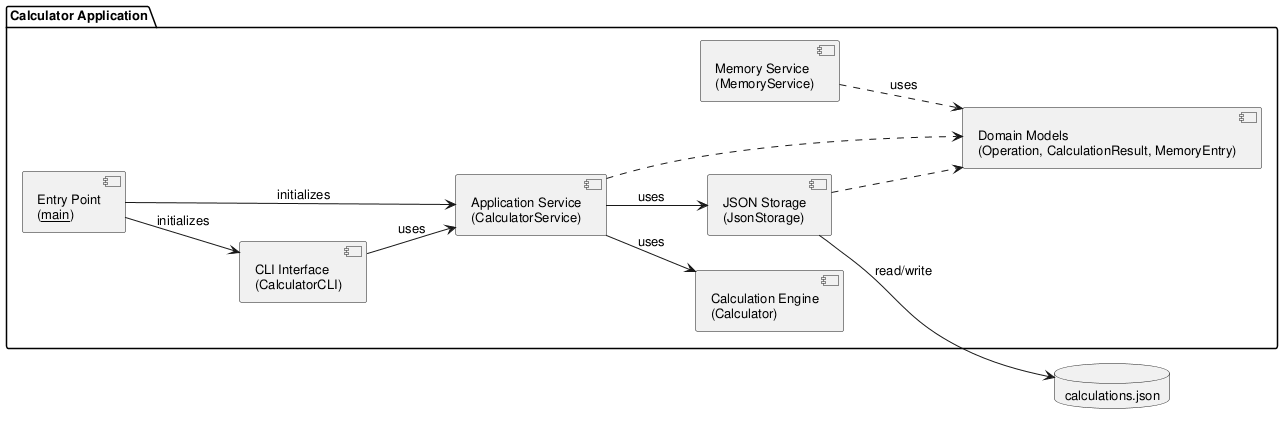
Before: experiments/pipeline/test_driven/calculator/artifacts/component_diagram.png, a diagram exported from PlantUML (DanielRiha8906/Software_autoevolution_using_agents).
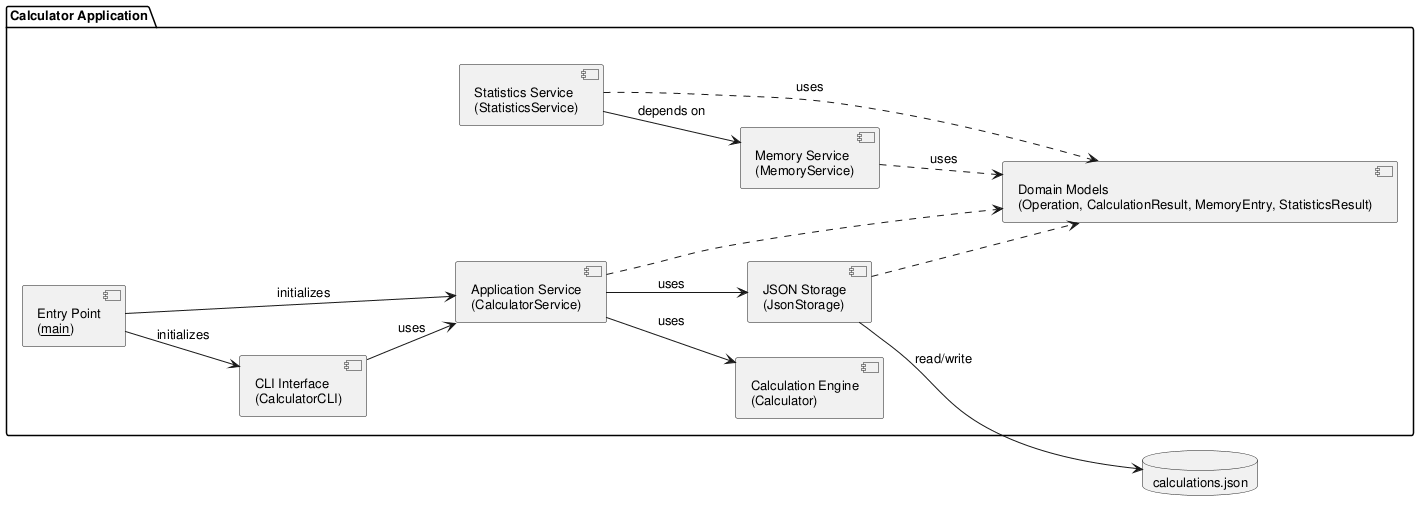
After the commit.

Diff of the diagram source:
```diff
@@ -10,9 +10,10 @@
     component "CLI Interface\n(CalculatorCLI)" as CLI
     component "Application Service\n(CalculatorService)" as Service
     component "Memory Service\n(MemoryService)" as Memory
+    component "Statistics Service\n(StatisticsService)" as Statistics
     component "Calculation Engine\n(Calculator)" as Calc
     component "JSON Storage\n(JsonStorage)" as Store
-    component "Domain Models\n(Operation, CalculationResult, MemoryEntry)" as Models
+    component "Domain Models\n(Operation, CalculationResult, MemoryEntry, StatisticsResult)" as Models
 
     Main --> CLI : initializes
     Main --> Service : initializes
@@ -21,6 +22,8 @@
     Service --> Calc : uses
     Service --> Store : uses
     Memory ..> Models : uses
+    Statistics --> Memory : depends on
+    Statistics ..> Models : uses
 
     Service ..> Models
     Store ..> Models
```
